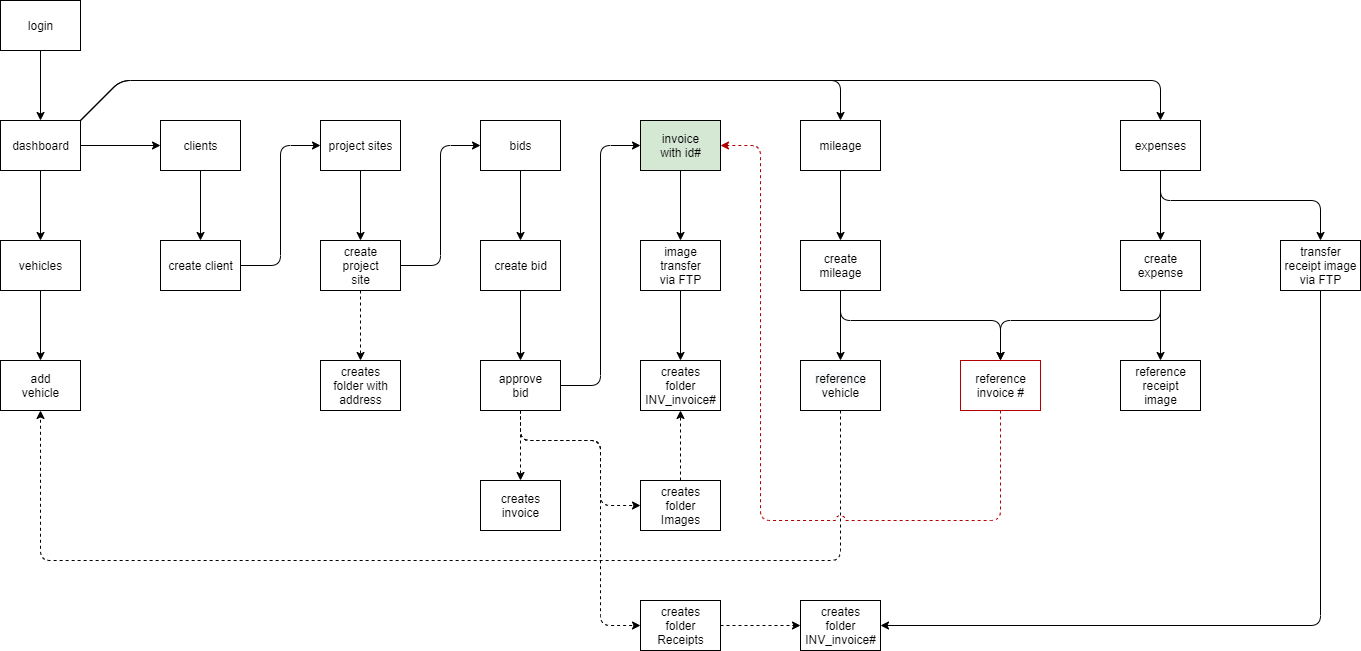
Earlier version of the draw.io export invoicing_system.png (jcampbell18/php_invoicing-old). Source tidied: cells renumbered, new cells last; positions are measured from the earlier drawing's top-left corner, leaving out a move shared by most shapes.
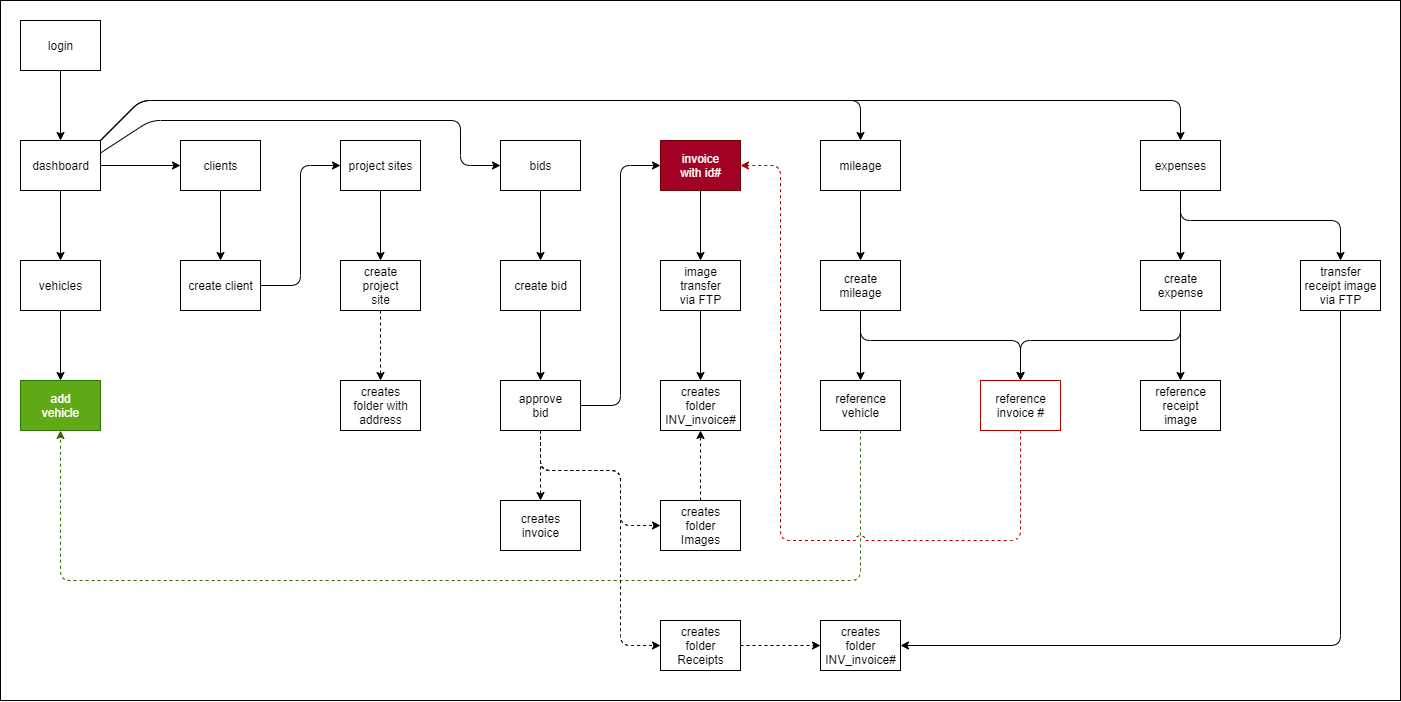
After the commit.

What changed in the source:
```diff
@@ -2,65 +2,60 @@
   <root>
     <mxCell id="0" />
     <mxCell id="1" parent="0" />
-    <mxCell id="2" value="login" style="html=1;" parent="1" vertex="1">
-      <mxGeometry width="80" height="50" as="geometry" />
+    <mxCell id="2" style="rounded=0;whiteSpace=wrap;html=1;" parent="1" vertex="1">
+      <mxGeometry x="-20" y="-20" width="1400" height="700" as="geometry" />
     </mxCell>
-    <mxCell id="3" value="dashboard" style="html=1;" parent="1" vertex="1">
-      <mxGeometry y="120" width="80" height="50" as="geometry" />
+    <mxCell id="3" value="login" style="html=1;" parent="1" vertex="1">
+      <mxGeometry width="80" height="50" as="geometry" />
     </mxCell>
-    <mxCell id="4" value="clients" style="html=1;" parent="1" vertex="1">
-      <mxGeometry x="160" y="120" width="80" height="50" as="geometry" />
+    <mxCell id="4" value="dashboard" style="html=1;" parent="1" vertex="1">
+      <mxGeometry y="120" width="80" height="50" as="geometry" />
     </mxCell>
-    <mxCell id="5" value="create client" style="html=1;" parent="1" vertex="1">
-      <mxGeometry x="160" y="240" width="80" height="50" as="geometry" />
+    <mxCell id="5" value="clients" style="html=1;" parent="1" vertex="1">
+      <mxGeometry x="160" y="120" width="80" height="50" as="geometry" />
     </mxCell>
-    <mxCell id="6" value="project sites" style="html=1;" parent="1" vertex="1">
-      <mxGeometry x="320" y="120" width="80" height="50" as="geometry" />
+    <mxCell id="6" value="create client" style="html=1;" parent="1" vertex="1">
+      <mxGeometry x="160" y="240" width="80" height="50" as="geometry" />
     </mxCell>
-    <mxCell id="7" value="create&lt;br&gt;project&lt;br&gt;site" style="html=1;" parent="1" vertex="1">
-      <mxGeometry x="320" y="240" width="80" height="50" as="geometry" />
+    <mxCell id="7" value="project sites" style="html=1;" parent="1" vertex="1">
+      <mxGeometry x="320" y="120" width="80" height="50" as="geometry" />
     </mxCell>
-    <mxCell id="8" value="bids" style="html=1;" parent="1" vertex="1">
-      <mxGeometry x="480" y="120" width="80" height="50" as="geometry" />
+    <mxCell id="8" value="create&lt;br&gt;project&lt;br&gt;site" style="html=1;" parent="1" vertex="1">
+      <mxGeometry x="320" y="240" width="80" height="50" as="geometry" />
     </mxCell>
-    <mxCell id="9" value="create bid" style="html=1;" parent="1" vertex="1">
-      <mxGeometry x="480" y="240" width="80" height="50" as="geometry" />
+    <mxCell id="9" value="bids" style="html=1;" parent="1" vertex="1">
+      <mxGeometry x="480" y="120" width="80" height="50" as="geometry" />
     </mxCell>
-    <mxCell id="10" style="endArrow=classic;html=1;exitX=0.5;exitY=1;exitDx=0;exitDy=0;entryX=0.5;entryY=0;entryDx=0;entryDy=0;" parent="1" edge="1" source="2" target="3">
-      <mxGeometry relative="1" as="geometry" />
+    <mxCell id="10" value="create bid" style="html=1;" parent="1" vertex="1">
+      <mxGeometry x="480" y="240" width="80" height="50" as="geometry" />
     </mxCell>
-    <mxCell id="11" style="endArrow=classic;html=1;exitX=1;exitY=0.5;exitDx=0;exitDy=0;entryX=0;entryY=0.5;entryDx=0;entryDy=0;" parent="1" edge="1" source="3" target="4">
+    <mxCell id="11" style="endArrow=classic;html=1;exitX=0.5;exitY=1;exitDx=0;exitDy=0;entryX=0.5;entryY=0;entryDx=0;entryDy=0;" parent="1" edge="1" source="3" target="4">
       <mxGeometry relative="1" as="geometry" />
     </mxCell>
-    <mxCell id="12" style="endArrow=classic;html=1;exitX=0.5;exitY=1;exitDx=0;exitDy=0;entryX=0.5;entryY=0;entryDx=0;entryDy=0;" parent="1" edge="1" source="4" target="5">
+    <mxCell id="12" style="endArrow=classic;html=1;exitX=1;exitY=0.5;exitDx=0;exitDy=0;entryX=0;entryY=0.5;entryDx=0;entryDy=0;" parent="1" edge="1" source="4" target="5">
       <mxGeometry relative="1" as="geometry" />
     </mxCell>
-    <mxCell id="13" style="endArrow=classic;html=1;exitX=0.5;exitY=1;exitDx=0;exitDy=0;entryX=0.5;entryY=0;entryDx=0;entryDy=0;" parent="1" edge="1" source="6" target="7">
+    <mxCell id="13" style="endArrow=classic;html=1;exitX=0.5;exitY=1;exitDx=0;exitDy=0;entryX=0.5;entryY=0;entryDx=0;entryDy=0;" parent="1" edge="1" source="5" target="6">
       <mxGeometry relative="1" as="geometry" />
     </mxCell>
-    <mxCell id="14" style="endArrow=classic;html=1;exitX=0.5;exitY=1;exitDx=0;exitDy=0;" parent="1" edge="1" source="8" target="9">
+    <mxCell id="14" style="endArrow=classic;html=1;exitX=0.5;exitY=1;exitDx=0;exitDy=0;entryX=0.5;entryY=0;entryDx=0;entryDy=0;" parent="1" edge="1" source="7" target="8">
       <mxGeometry relative="1" as="geometry" />
     </mxCell>
-    <mxCell id="15" style="endArrow=classic;html=1;exitX=1;exitY=0.5;exitDx=0;exitDy=0;entryX=0;entryY=0.5;entryDx=0;entryDy=0;" parent="1" edge="1" source="5" target="6">
-      <mxGeometry relative="1" as="geometry">
-        <Array as="points">
-          <mxPoint x="280" y="265" />
-          <mxPoint x="280" y="145" />
-        </Array>
-      </mxGeometry>
+    <mxCell id="15" style="endArrow=classic;html=1;exitX=0.5;exitY=1;exitDx=0;exitDy=0;" parent="1" edge="1" source="9" target="10">
+      <mxGeometry relative="1" as="geometry" />
     </mxCell>
-    <mxCell id="16" style="endArrow=classic;html=1;exitX=1;exitY=0.5;exitDx=0;exitDy=0;entryX=0;entryY=0.5;entryDx=0;entryDy=0;" parent="1" edge="1" source="7" target="8">
+    <mxCell id="16" style="endArrow=classic;html=1;exitX=1;exitY=0.5;exitDx=0;exitDy=0;entryX=0;entryY=0.5;entryDx=0;entryDy=0;" parent="1" edge="1" source="6" target="7">
       <mxGeometry relative="1" as="geometry">
         <Array as="points">
-          <mxPoint x="440" y="265" />
-          <mxPoint x="440" y="145" />
+          <mxPoint x="280" y="265" />
+          <mxPoint x="280" y="145" />
         </Array>
       </mxGeometry>
     </mxCell>
     <mxCell id="17" value="approve&lt;br&gt;bid" style="html=1;" parent="1" vertex="1">
       <mxGeometry x="480" y="360" width="80" height="50" as="geometry" />
     </mxCell>
-    <mxCell id="18" style="endArrow=classic;html=1;exitX=0.5;exitY=1;exitDx=0;exitDy=0;entryX=0.5;entryY=0;entryDx=0;entryDy=0;" parent="1" edge="1" source="9" target="17">
+    <mxCell id="18" style="endArrow=classic;html=1;exitX=0.5;exitY=1;exitDx=0;exitDy=0;entryX=0.5;entryY=0;entryDx=0;entryDy=0;" parent="1" edge="1" source="10" target="17">
       <mxGeometry relative="1" as="geometry" />
     </mxCell>
     <mxCell id="19" value="creates&lt;br&gt;folder&lt;br&gt;Receipts" style="html=1;" parent="1" vertex="1">
@@ -72,7 +67,7 @@
     <mxCell id="21" value="creates&lt;br&gt;invoice" style="html=1;" parent="1" vertex="1">
       <mxGeometry x="480" y="480" width="80" height="50" as="geometry" />
     </mxCell>
-    <mxCell id="22" value="invoice&lt;br&gt;with id#" style="html=1;fillColor=#D5E8D4;" parent="1" vertex="1">
+    <mxCell id="22" value="invoice&lt;br&gt;with id#" style="html=1;fillColor=#a20025;strokeColor=#6F0000;fontColor=#ffffff;" parent="1" vertex="1">
       <mxGeometry x="640" y="120" width="80" height="50" as="geometry" />
     </mxCell>
     <mxCell id="23" value="&lt;span style=&quot;color: rgb(0 , 0 , 0) ; font-family: &amp;#34;helvetica&amp;#34; ; font-size: 12px ; font-style: normal ; font-weight: 400 ; letter-spacing: normal ; text-align: center ; text-indent: 0px ; text-transform: none ; word-spacing: 0px ; background-color: rgb(248 , 249 , 250) ; display: inline ; float: none&quot;&gt;reference&lt;/span&gt;&lt;br style=&quot;color: rgb(0 , 0 , 0) ; font-family: &amp;#34;helvetica&amp;#34; ; font-size: 12px ; font-style: normal ; font-weight: 400 ; letter-spacing: normal ; text-align: center ; text-indent: 0px ; text-transform: none ; word-spacing: 0px ; background-color: rgb(248 , 249 , 250)&quot;&gt;&lt;font face=&quot;helvetica&quot;&gt;vehicle&lt;/font&gt;" style="html=1;" parent="1" vertex="1">
@@ -116,7 +111,7 @@
     <mxCell id="34" style="endArrow=classic;html=1;entryX=0.5;entryY=0;entryDx=0;entryDy=0;exitX=0.5;exitY=1;exitDx=0;exitDy=0;" parent="1" edge="1" source="27" target="23">
       <mxGeometry relative="1" as="geometry" />
     </mxCell>
-    <mxCell id="35" value="add&lt;br&gt;vehicle" style="html=1;" parent="1" vertex="1">
+    <mxCell id="35" value="add&lt;br&gt;vehicle" style="html=1;fillColor=#60a917;strokeColor=#2D7600;fontColor=#ffffff;" parent="1" vertex="1">
       <mxGeometry y="360" width="80" height="50" as="geometry" />
     </mxCell>
     <mxCell id="36" value="vehicles" style="html=1;" parent="1" vertex="1">
@@ -133,7 +128,7 @@
     <mxCell id="38" style="endArrow=classic;html=1;exitX=0.5;exitY=1;exitDx=0;exitDy=0;entryX=0.5;entryY=0;entryDx=0;entryDy=0;" parent="1" edge="1" source="36" target="35">
       <mxGeometry relative="1" as="geometry" />
     </mxCell>
-    <mxCell id="39" style="endArrow=classic;html=1;exitX=0.5;exitY=1;exitDx=0;exitDy=0;entryX=0.5;entryY=0;entryDx=0;entryDy=0;" parent="1" edge="1" source="3" target="36">
+    <mxCell id="39" style="endArrow=classic;html=1;exitX=0.5;exitY=1;exitDx=0;exitDy=0;entryX=0.5;entryY=0;entryDx=0;entryDy=0;" parent="1" edge="1" source="4" target="36">
       <mxGeometry relative="1" as="geometry" />
     </mxCell>
     <mxCell id="40" value="image&lt;br&gt;transfer&lt;br&gt;via FTP" style="html=1;" parent="1" vertex="1">
@@ -171,7 +166,7 @@
         </Array>
       </mxGeometry>
     </mxCell>
-    <mxCell id="48" style="endArrow=classic;html=1;exitX=0.5;exitY=1;exitDx=0;exitDy=0;entryX=0.5;entryY=0;entryDx=0;entryDy=0;dashed=1;" parent="1" edge="1" source="7" target="31">
+    <mxCell id="48" style="endArrow=classic;html=1;exitX=0.5;exitY=1;exitDx=0;exitDy=0;entryX=0.5;entryY=0;entryDx=0;entryDy=0;dashed=1;" parent="1" edge="1" source="8" target="31">
       <mxGeometry relative="1" as="geometry" />
     </mxCell>
     <mxCell id="49" style="endArrow=classic;html=1;dashed=1;exitX=0.5;exitY=1;exitDx=0;exitDy=0;entryX=0.5;entryY=0;entryDx=0;entryDy=0;" parent="1" edge="1" source="17" target="21">
@@ -184,8 +179,8 @@
       <mxGeometry relative="1" as="geometry">
         <mxPoint x="520" y="410" as="sourcePoint" />
         <Array as="points">
-          <mxPoint x="520" y="440" />
-          <mxPoint x="600" y="440" />
+          <mxPoint x="520" y="450" />
+          <mxPoint x="600" y="450" />
           <mxPoint x="600" y="505" />
         </Array>
       </mxGeometry>
@@ -193,8 +188,8 @@
     <mxCell id="52" style="endArrow=classic;html=1;dashed=1;exitX=0.5;exitY=1;exitDx=0;exitDy=0;entryX=0;entryY=0.5;entryDx=0;entryDy=0;" parent="1" edge="1" source="17" target="19">
       <mxGeometry relative="1" as="geometry">
         <Array as="points">
-          <mxPoint x="520" y="440" />
-          <mxPoint x="600" y="440" />
+          <mxPoint x="520" y="450" />
+          <mxPoint x="600" y="450" />
           <mxPoint x="600" y="625" />
         </Array>
       </mxGeometry>
@@ -212,7 +207,7 @@
         </Array>
       </mxGeometry>
     </mxCell>
-    <mxCell id="56" style="endArrow=classic;html=1;entryX=0.5;entryY=0;entryDx=0;entryDy=0;exitX=1;exitY=0;exitDx=0;exitDy=0;" parent="1" edge="1" source="3" target="20">
+    <mxCell id="56" style="endArrow=classic;html=1;entryX=0.5;entryY=0;entryDx=0;entryDy=0;exitX=1;exitY=0;exitDx=0;exitDy=0;" parent="1" edge="1" source="4" target="20">
       <mxGeometry relative="1" as="geometry">
         <Array as="points">
           <mxPoint x="120" y="80" />
@@ -220,7 +215,7 @@
         </Array>
       </mxGeometry>
     </mxCell>
-    <mxCell id="57" style="endArrow=classic;html=1;entryX=0.5;entryY=0;entryDx=0;entryDy=0;exitX=1;exitY=0;exitDx=0;exitDy=0;" parent="1" edge="1" source="3" target="26">
+    <mxCell id="57" style="endArrow=classic;html=1;entryX=0.5;entryY=0;entryDx=0;entryDy=0;exitX=1;exitY=0;exitDx=0;exitDy=0;" parent="1" edge="1" source="4" target="26">
       <mxGeometry relative="1" as="geometry">
         <Array as="points">
           <mxPoint x="120" y="80" />
@@ -228,7 +223,7 @@
         </Array>
       </mxGeometry>
     </mxCell>
-    <mxCell id="58" style="endArrow=classic;html=1;exitX=0.5;exitY=1;exitDx=0;exitDy=0;entryX=0.5;entryY=1;entryDx=0;entryDy=0;dashed=1;" parent="1" edge="1" source="23" target="35">
+    <mxCell id="58" style="endArrow=classic;html=1;exitX=0.5;exitY=1;exitDx=0;exitDy=0;entryX=0.5;entryY=1;entryDx=0;entryDy=0;dashed=1;strokeColor=#336600;" parent="1" edge="1" source="23" target="35">
       <mxGeometry relative="1" as="geometry">
         <Array as="points">
           <mxPoint x="840" y="560" />
@@ -245,5 +240,14 @@
         </Array>
       </mxGeometry>
     </mxCell>
+    <mxCell id="60" style="endArrow=classic;html=1;exitX=1;exitY=0.25;exitDx=0;exitDy=0;entryX=0;entryY=0.5;entryDx=0;entryDy=0;" parent="1" edge="1" source="4" target="9">
+      <mxGeometry relative="1" as="geometry">
+        <Array as="points">
+          <mxPoint x="130" y="100" />
+          <mxPoint x="440" y="100" />
+          <mxPoint x="440" y="145" />
+        </Array>
+      </mxGeometry>
+    </mxCell>
   </root>
 </mxGraphModel>
```
